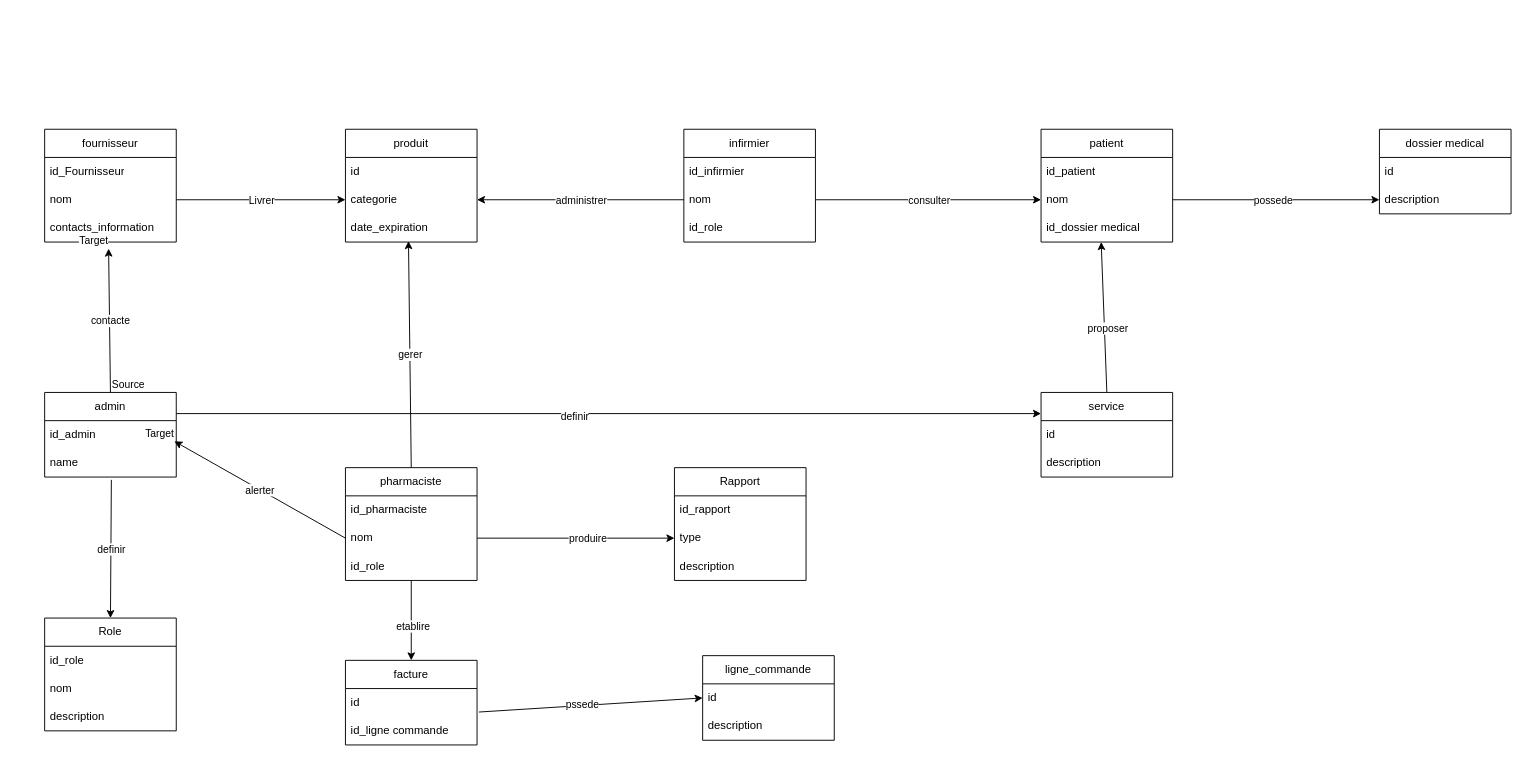
This is page "class Diagram" (1 of 6) of Untitled Diagram.drawio from arseneRuben/CinsolManagement, a draw.io file, before an edit. Source tidied: cells renumbered, new cells numbered last; positions are measured from the earlier drawing's top-left corner, leaving out a move shared by most shapes. Both pictures are drawn from the tidied source at 94%, with x=0, y=0 at pixel (44, 129).
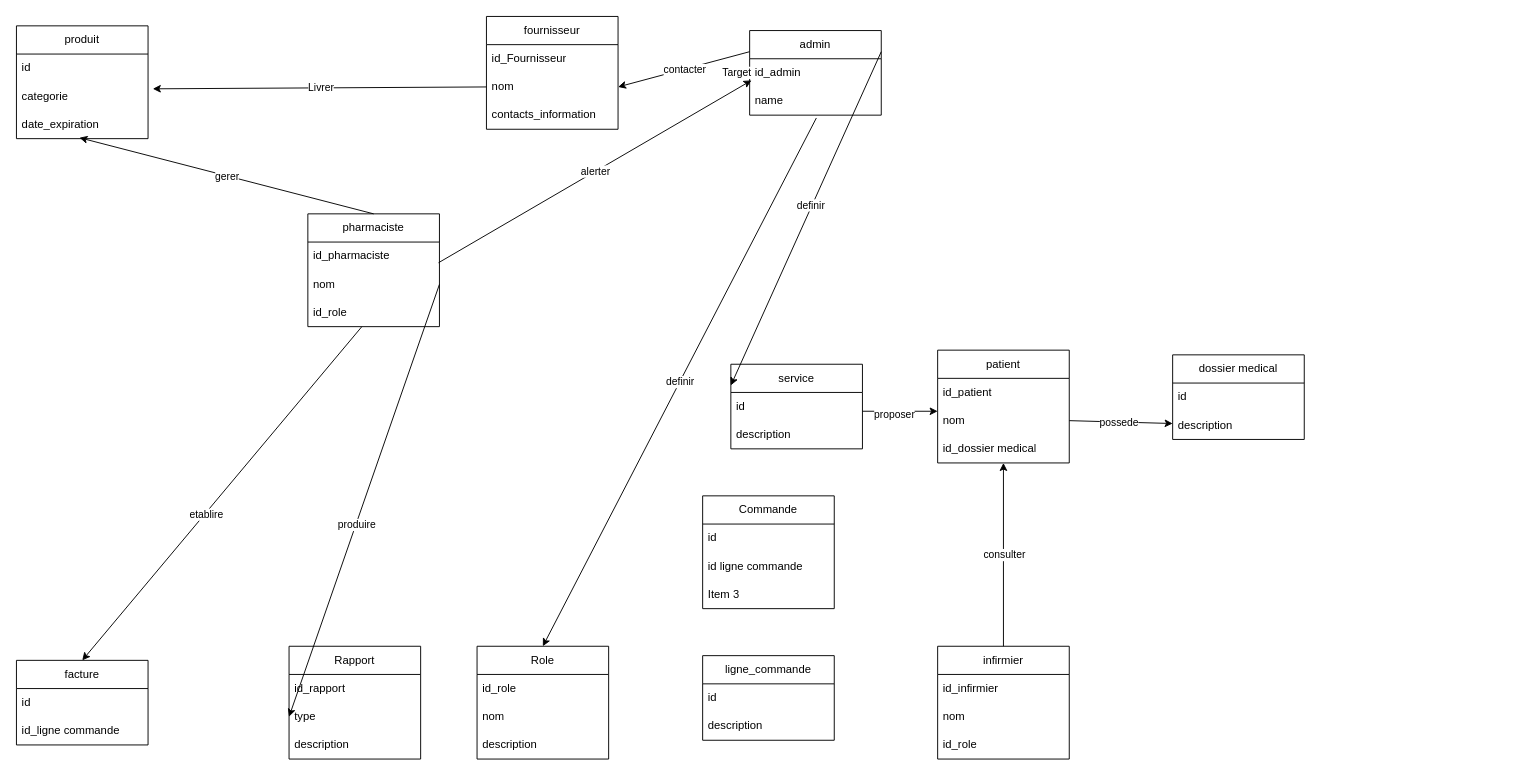
Above is the later version.

Commit message:
Mettre à jour Untitled Diagram.drawio

The change refers to these unchanged cells:
```xml
<mxCell id="4" value="nom" style="text;strokeColor=none;fillColor=none;align=left;verticalAlign=middle;spacingLeft=4;spacingRight=4;overflow=hidden;points=[[0,0.5],[1,0.5]];portConstraint=eastwest;whiteSpace=wrap;html=1;" parent="2" vertex="1">
  <mxGeometry y="60" width="140" height="30" as="geometry" />
</mxCell>
<mxCell id="5" value="contacts_information" style="text;strokeColor=none;fillColor=none;align=left;verticalAlign=middle;spacingLeft=4;spacingRight=4;overflow=hidden;points=[[0,0.5],[1,0.5]];portConstraint=eastwest;whiteSpace=wrap;html=1;" parent="2" vertex="1">
  <mxGeometry y="90" width="140" height="30" as="geometry" />
</mxCell>
<mxCell id="7" value="id_admin" style="text;strokeColor=none;fillColor=none;align=left;verticalAlign=middle;spacingLeft=4;spacingRight=4;overflow=hidden;points=[[0,0.5],[1,0.5]];portConstraint=eastwest;whiteSpace=wrap;html=1;" parent="6" vertex="1">
  <mxGeometry y="30" width="140" height="30" as="geometry" />
</mxCell>
<mxCell id="15" value="categorie" style="text;strokeColor=none;fillColor=none;align=left;verticalAlign=middle;spacingLeft=4;spacingRight=4;overflow=hidden;points=[[0,0.5],[1,0.5]];portConstraint=eastwest;whiteSpace=wrap;html=1;" parent="13" vertex="1">
  <mxGeometry y="60" width="140" height="30" as="geometry" />
</mxCell>
<mxCell id="20" value="id_pharmaciste" style="text;strokeColor=none;fillColor=none;align=left;verticalAlign=middle;spacingLeft=4;spacingRight=4;overflow=hidden;points=[[0,0.5],[1,0.5]];portConstraint=eastwest;whiteSpace=wrap;html=1;" parent="19" vertex="1">
  <mxGeometry y="30" width="140" height="30" as="geometry" />
</mxCell>
<mxCell id="21" value="nom" style="text;strokeColor=none;fillColor=none;align=left;verticalAlign=middle;spacingLeft=4;spacingRight=4;overflow=hidden;points=[[0,0.5],[1,0.5]];portConstraint=eastwest;whiteSpace=wrap;html=1;" parent="19" vertex="1">
  <mxGeometry y="60" width="140" height="30" as="geometry" />
</mxCell>
<mxCell id="36" value="nom" style="text;strokeColor=none;fillColor=none;align=left;verticalAlign=middle;spacingLeft=4;spacingRight=4;overflow=hidden;points=[[0,0.5],[1,0.5]];portConstraint=eastwest;whiteSpace=wrap;html=1;" parent="34" vertex="1">
  <mxGeometry y="60" width="140" height="30" as="geometry" />
</mxCell>
<mxCell id="42" value="nom" style="text;strokeColor=none;fillColor=none;align=left;verticalAlign=middle;spacingLeft=4;spacingRight=4;overflow=hidden;points=[[0,0.5],[1,0.5]];portConstraint=eastwest;whiteSpace=wrap;html=1;" parent="40" vertex="1">
  <mxGeometry y="60" width="140" height="30" as="geometry" />
</mxCell>
<mxCell id="43" value="id_dossier medical" style="text;strokeColor=none;fillColor=none;align=left;verticalAlign=middle;spacingLeft=4;spacingRight=4;overflow=hidden;points=[[0,0.5],[1,0.5]];portConstraint=eastwest;whiteSpace=wrap;html=1;" parent="40" vertex="1">
  <mxGeometry y="90" width="140" height="30" as="geometry" />
</mxCell>
<mxCell id="53" value="id_ligne commande" style="text;strokeColor=none;fillColor=none;align=left;verticalAlign=middle;spacingLeft=4;spacingRight=4;overflow=hidden;points=[[0,0.5],[1,0.5]];portConstraint=eastwest;whiteSpace=wrap;html=1;" parent="51" vertex="1">
  <mxGeometry y="60" width="140" height="30" as="geometry" />
</mxCell>
<mxCell id="57" value="id" style="text;strokeColor=none;fillColor=none;align=left;verticalAlign=middle;spacingLeft=4;spacingRight=4;overflow=hidden;points=[[0,0.5],[1,0.5]];portConstraint=eastwest;whiteSpace=wrap;html=1;" parent="56" vertex="1">
  <mxGeometry y="30" width="140" height="30" as="geometry" />
</mxCell>
```

Diff of the diagram source:
```diff
@@
     <mxCell id="2" value="fournisseur" style="swimlane;fontStyle=0;horizontal=1;startSize=30;whiteSpace=wrap;html=1;" parent="1" vertex="1">
-      <mxGeometry width="140" height="120" as="geometry" />
+      <mxGeometry x="470" y="-120" width="140" height="120" as="geometry" />
     </mxCell>
@@
     <mxCell id="6" value="admin" style="swimlane;fontStyle=0;horizontal=1;startSize=30;whiteSpace=wrap;html=1;" parent="1" vertex="1">
-      <mxGeometry y="280" width="140" height="90" as="geometry" />
+      <mxGeometry x="750" y="-105" width="140" height="90" as="geometry" />
     </mxCell>
@@
-    <mxCell id="9" style="endArrow=classic;html=1;rounded=0;entryX=0.486;entryY=1.233;entryDx=0;entryDy=0;entryPerimeter=0;exitX=0.5;exitY=0;exitDx=0;exitDy=0;" parent="1" edge="1" source="6" target="5">
+    <mxCell id="9" style="endArrow=classic;html=1;rounded=0;exitX=0;exitY=0.25;exitDx=0;exitDy=0;entryX=1;entryY=0.5;entryDx=0;entryDy=0;" parent="1" edge="1" source="6" target="4">
       <mxGeometry relative="1" as="geometry" />
     </mxCell>
-    <mxCell id="10" value="contacte" style="edgeLabel;html=1;align=center;verticalAlign=middle;" parent="9" vertex="1">
+    <mxCell id="10" value="contacter" style="edgeLabel;html=1;align=center;verticalAlign=middle;" parent="9" vertex="1">
       <mxGeometry relative="1" as="geometry" />
     </mxCell>
-    <mxCell id="11" value="Source" style="edgeLabel;html=1;align=left;verticalAlign=bottom;" parent="9" vertex="1">
-      <mxGeometry x="-1" relative="1" as="geometry" />
-    </mxCell>
-    <mxCell id="12" value="Target" style="edgeLabel;html=1;align=right;verticalAlign=bottom;" parent="9" vertex="1">
-      <mxGeometry x="1" relative="1" as="geometry" />
-    </mxCell>
     <mxCell id="13" value="produit" style="swimlane;fontStyle=0;horizontal=1;startSize=30;whiteSpace=wrap;html=1;" parent="1" vertex="1">
-      <mxGeometry x="320" width="140" height="120" as="geometry" />
+      <mxGeometry x="-30" y="-110" width="140" height="120" as="geometry" />
     </mxCell>
@@
-    <mxCell id="17" style="endArrow=classic;html=1;rounded=0;exitX=1;exitY=0.5;exitDx=0;exitDy=0;entryX=0;entryY=0.5;entryDx=0;entryDy=0;" parent="1" edge="1" source="4" target="15">
+    <mxCell id="17" style="endArrow=classic;html=1;rounded=0;exitX=0;exitY=0.5;exitDx=0;exitDy=0;entryX=1.036;entryY=0.233;entryDx=0;entryDy=0;entryPerimeter=0;" parent="1" edge="1" source="4" target="15">
       <mxGeometry relative="1" as="geometry" />
     </mxCell>
@@
     <mxCell id="19" value="pharmaciste" style="swimlane;fontStyle=0;horizontal=1;startSize=30;whiteSpace=wrap;html=1;" parent="1" vertex="1">
-      <mxGeometry x="320" y="360" width="140" height="120" as="geometry" />
+      <mxGeometry x="280" y="90" width="140" height="120" as="geometry" />
     </mxCell>
@@
-    <mxCell id="23" style="endArrow=classic;html=1;rounded=0;entryX=0.986;entryY=0.733;entryDx=0;entryDy=0;entryPerimeter=0;exitX=0;exitY=0.5;exitDx=0;exitDy=0;" parent="1" edge="1" source="21" target="7">
+    <mxCell id="23" style="endArrow=classic;html=1;rounded=0;entryX=0.014;entryY=0.767;entryDx=0;entryDy=0;entryPerimeter=0;exitX=0.993;exitY=0.733;exitDx=0;exitDy=0;exitPerimeter=0;" parent="1" edge="1" source="20" target="7">
       <mxGeometry relative="1" as="geometry" />
     </mxCell>
@@
     <mxCell id="26" value="Role" style="swimlane;fontStyle=0;horizontal=1;startSize=30;whiteSpace=wrap;html=1;" parent="1" vertex="1">
-      <mxGeometry y="520" width="140" height="120" as="geometry" />
+      <mxGeometry x="460" y="550" width="140" height="120" as="geometry" />
     </mxCell>
@@
     <mxCell id="34" value="infirmier" style="swimlane;fontStyle=0;horizontal=1;startSize=30;whiteSpace=wrap;html=1;" parent="1" vertex="1">
-      <mxGeometry x="680" width="140" height="120" as="geometry" />
+      <mxGeometry x="950" y="550" width="140" height="120" as="geometry" />
     </mxCell>
@@
-    <mxCell id="38" style="endArrow=classic;html=1;rounded=0;entryX=1;entryY=0.5;entryDx=0;entryDy=0;exitX=0;exitY=0.5;exitDx=0;exitDy=0;" parent="1" edge="1" source="36" target="15">
-      <mxGeometry relative="1" as="geometry" />
-    </mxCell>
-    <mxCell id="39" value="administrer" style="edgeLabel;html=1;align=center;verticalAlign=middle;" parent="38" vertex="1">
-      <mxGeometry relative="1" as="geometry" />
-    </mxCell>
     <mxCell id="40" value="patient" style="swimlane;fontStyle=0;horizontal=1;startSize=30;whiteSpace=wrap;html=1;" parent="1" vertex="1">
-      <mxGeometry x="1060" width="140" height="120" as="geometry" />
+      <mxGeometry x="950" y="235" width="140" height="120" as="geometry" />
     </mxCell>
@@
-    <mxCell id="44" style="endArrow=classic;html=1;rounded=0;exitX=1;exitY=0.5;exitDx=0;exitDy=0;entryX=0;entryY=0.5;entryDx=0;entryDy=0;" parent="1" edge="1" source="36" target="42">
+    <mxCell id="44" style="endArrow=classic;html=1;rounded=0;exitX=0.5;exitY=0;exitDx=0;exitDy=0;" parent="1" edge="1" source="34" target="40">
       <mxGeometry relative="1" as="geometry" />
     </mxCell>
@@
     <mxCell id="46" value="dossier medical" style="swimlane;fontStyle=0;horizontal=1;startSize=30;whiteSpace=wrap;html=1;" parent="1" vertex="1">
-      <mxGeometry x="1420" width="140" height="90" as="geometry" />
+      <mxGeometry x="1200" y="240" width="140" height="90" as="geometry" />
     </mxCell>
@@
     <mxCell id="51" value="facture" style="swimlane;fontStyle=0;horizontal=1;startSize=30;whiteSpace=wrap;html=1;" parent="1" vertex="1">
-      <mxGeometry x="320" y="565" width="140" height="90" as="geometry" />
+      <mxGeometry x="-30" y="565" width="140" height="90" as="geometry" />
     </mxCell>
@@
-    <mxCell id="59" style="endArrow=classic;html=1;rounded=0;exitX=1.014;exitY=-0.167;exitDx=0;exitDy=0;exitPerimeter=0;entryX=0;entryY=0.5;entryDx=0;entryDy=0;" parent="1" edge="1" source="53" target="57">
-      <mxGeometry relative="1" as="geometry" />
-    </mxCell>
-    <mxCell id="60" value="pssede" style="edgeLabel;html=1;align=center;verticalAlign=middle;" parent="59" vertex="1">
-      <mxGeometry x="-0.08" y="2" relative="1" as="geometry" />
-    </mxCell>
     <mxCell id="61" value="service" style="swimlane;fontStyle=0;horizontal=1;startSize=30;whiteSpace=wrap;html=1;" parent="1" vertex="1">
-      <mxGeometry x="1060" y="280" width="140" height="90" as="geometry" />
+      <mxGeometry x="730" y="250" width="140" height="90" as="geometry" />
     </mxCell>
@@
-    <mxCell id="66" style="endArrow=classic;html=1;rounded=0;entryX=0.457;entryY=1;entryDx=0;entryDy=0;entryPerimeter=0;exitX=0.5;exitY=0;exitDx=0;exitDy=0;" parent="1" edge="1" source="61" target="43">
-      <mxGeometry relative="1" as="geometry" />
+    <mxCell id="66" style="endArrow=classic;html=1;rounded=0;entryX=0;entryY=0.167;entryDx=0;entryDy=0;entryPerimeter=0;" parent="1" edge="1" target="42">
+      <mxGeometry relative="1" as="geometry">
+        <mxPoint x="870" y="300" as="sourcePoint" />
+      </mxGeometry>
     </mxCell>
@@
     <mxCell id="68" value="Rapport" style="swimlane;fontStyle=0;horizontal=1;startSize=30;whiteSpace=wrap;html=1;" parent="1" vertex="1">
-      <mxGeometry x="670" y="360" width="140" height="120" as="geometry" />
+      <mxGeometry x="260" y="550" width="140" height="120" as="geometry" />
     </mxCell>
@@
+    <mxCell id="74" value="Commande" style="swimlane;fontStyle=0;horizontal=1;startSize=30;whiteSpace=wrap;html=1;" parent="1" vertex="1">
+      <mxGeometry x="700" y="390" width="140" height="120" as="geometry" />
+    </mxCell>
+    <mxCell id="75" value="id" style="text;strokeColor=none;fillColor=none;align=left;verticalAlign=middle;spacingLeft=4;spacingRight=4;overflow=hidden;whiteSpace=wrap;html=1;" parent="74" vertex="1">
+      <mxGeometry y="30" width="140" height="30" as="geometry" />
+    </mxCell>
+    <mxCell id="76" value="id ligne commande" style="text;strokeColor=none;fillColor=none;align=left;verticalAlign=middle;spacingLeft=4;spacingRight=4;overflow=hidden;whiteSpace=wrap;html=1;" parent="74" vertex="1">
+      <mxGeometry y="60" width="140" height="30" as="geometry" />
+    </mxCell>
+    <mxCell id="77" value="Item 3" style="text;strokeColor=none;fillColor=none;align=left;verticalAlign=middle;spacingLeft=4;spacingRight=4;overflow=hidden;whiteSpace=wrap;html=1;" parent="74" vertex="1">
+      <mxGeometry y="90" width="140" height="30" as="geometry" />
+    </mxCell>
```
